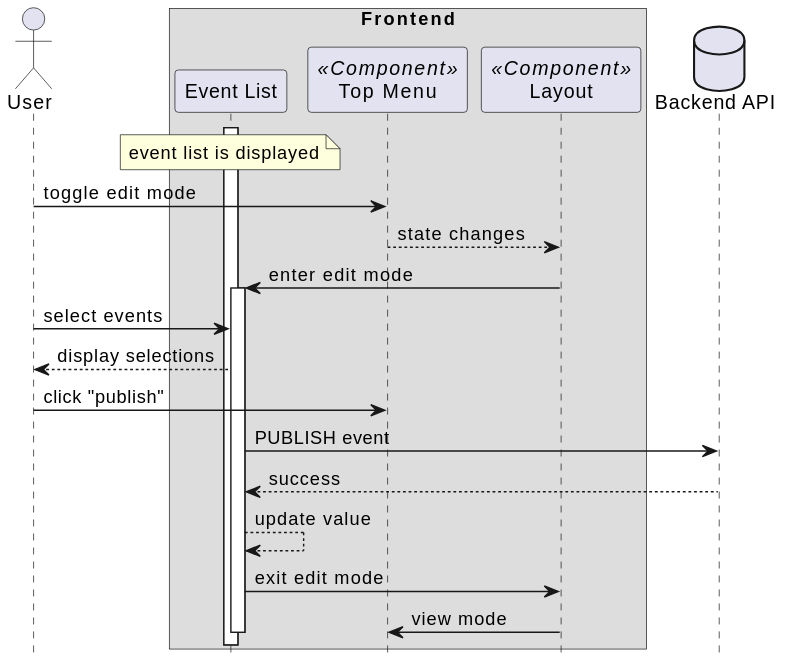
Earlier version of the PlantUML export docs/sequencediagrams/svg/publish_event.svg (Modern-MISP/frontend).
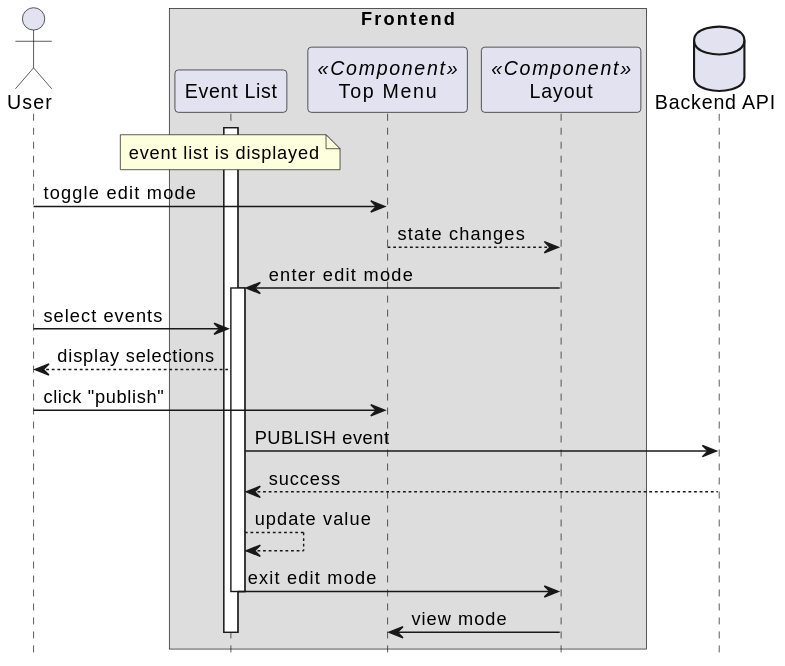
Later version of the same file.

Commit message:
Auto-generated docs for 'changed bar'

The edit, as a diff of the source:
```diff
@@ -24,6 +24,7 @@
 eventlist --> eventlist : update value
 
 eventlist -> layout : exit edit mode
+deactivate eventlist
 layout -> topmenu : view mode
 deactivate eventlist
 @enduml
```
